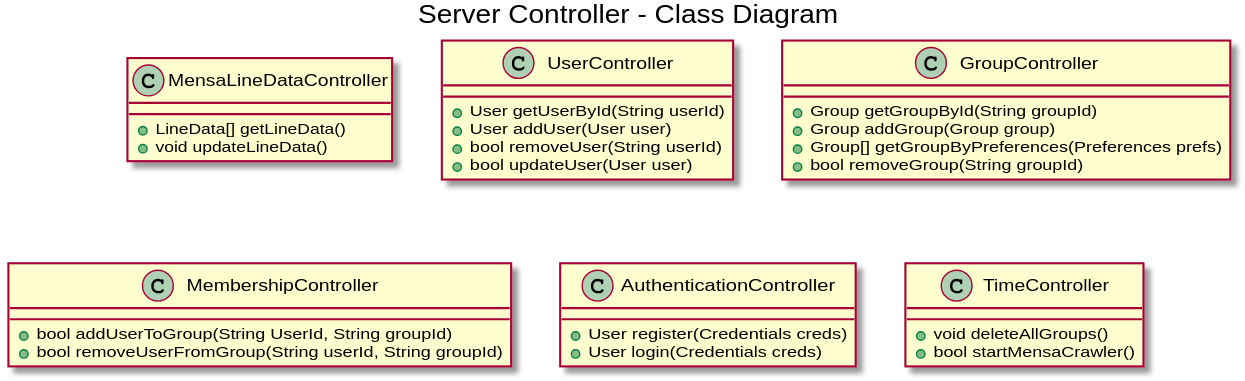
itzMatze/PSE-Team02 keeps this PlantUML diagram as 2 Entwurf/Klassendiagramme/serverControllerCD.svg. Above is the earlier version.
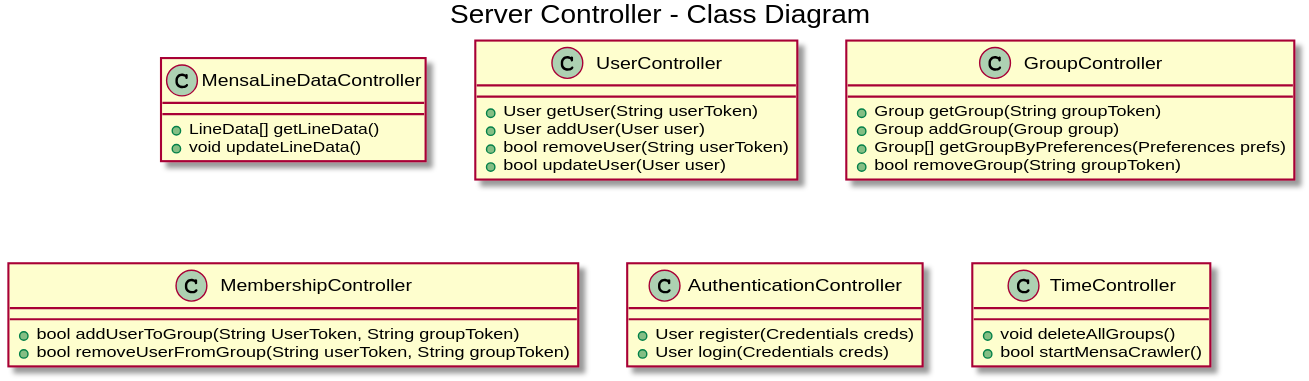
After the change.

Commit message:
updated server Controller CD

The edit, as a diff of the source:
```diff
@@ -7,22 +7,22 @@
 }
 
 class UserController {
-  +User getUserById(String userId)
+  +User getUser(String userToken)
   +User addUser(User user)
-  +bool removeUser(String userId)
+  +bool removeUser(String userToken)
   +bool updateUser(User user)
 }
 
 class GroupController {
-  +Group getGroupById(String groupId)
+  +Group getGroup(String groupToken)
   +Group addGroup(Group group)
   +Group[] getGroupByPreferences(Preferences prefs)
-  +bool removeGroup(String groupId)
+  +bool removeGroup(String groupToken)
 }
 
 class MembershipController {
-  +bool addUserToGroup(String UserId, String groupId)
-  +bool removeUserFromGroup(String userId, String groupId)
+  +bool addUserToGroup(String UserToken, String groupToken)
+  +bool removeUserFromGroup(String userToken, String groupToken)
 }
 
 class AuthenticationController {
```
